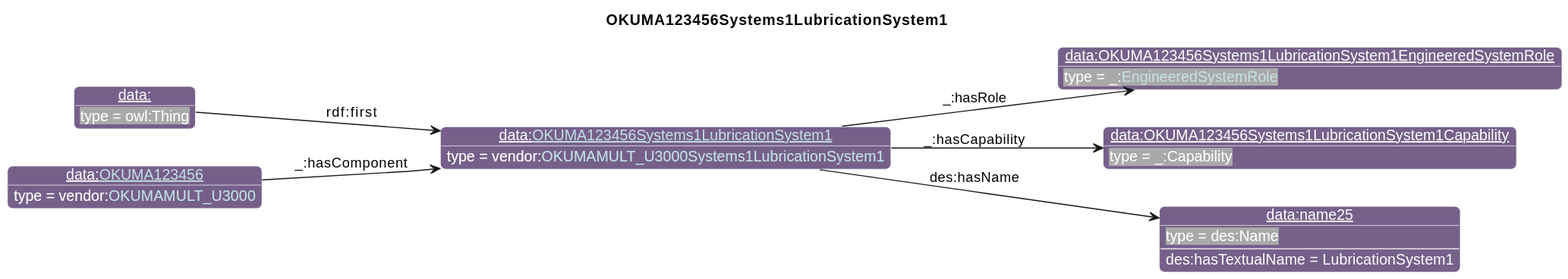
Earlier version of the PlantUML export diagrams/OKUMA123456Systems1LubricationSystem1.svg (iofoundry/example-syseng-mtconnect).
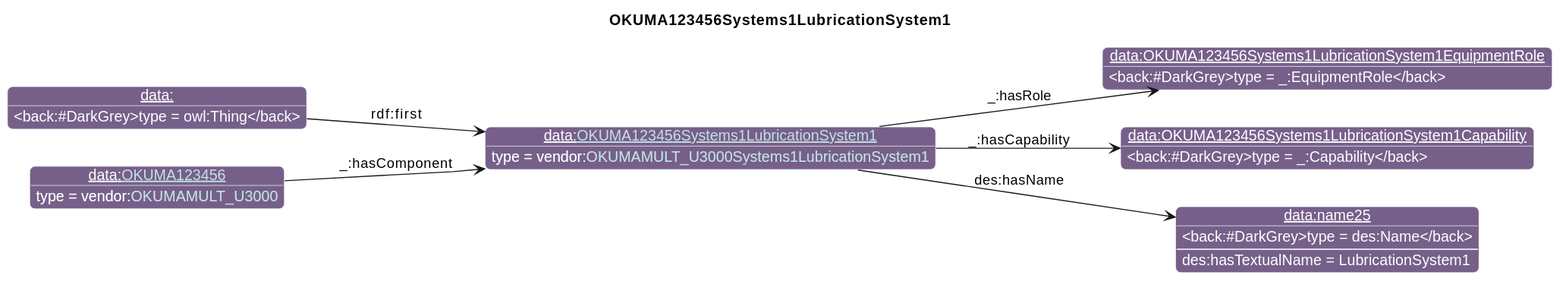
Above is the later version.

Diff of the diagram source:
```diff
@@ -26,7 +26,7 @@
                       "qp":"641B2E"
       }
 individual(o0, data:[[./OKUMA123456Systems1LubricationSystem1.html OKUMA123456Systems1LubricationSystem1]], vendor:[[../OKUMA.html#OKUMAMULT_U3000Systems1LubricationSystem1 OKUMAMULT_U3000Systems1LubricationSystem1]])
-individual(o1, data:OKUMA123456Systems1LubricationSystem1EngineeredSystemRole, _:[[../MTConnect.html#EngineeredSystemRole EngineeredSystemRole]])
+individual(o1, data:OKUMA123456Systems1LubricationSystem1EquipmentRole, _:EquipmentRole)
 individual(o2, data:OKUMA123456Systems1LubricationSystem1Capability, _:Capability)
 individual(o3, data:name25, des:Name)
 individual(o4, data:, owl:Thing)
```
